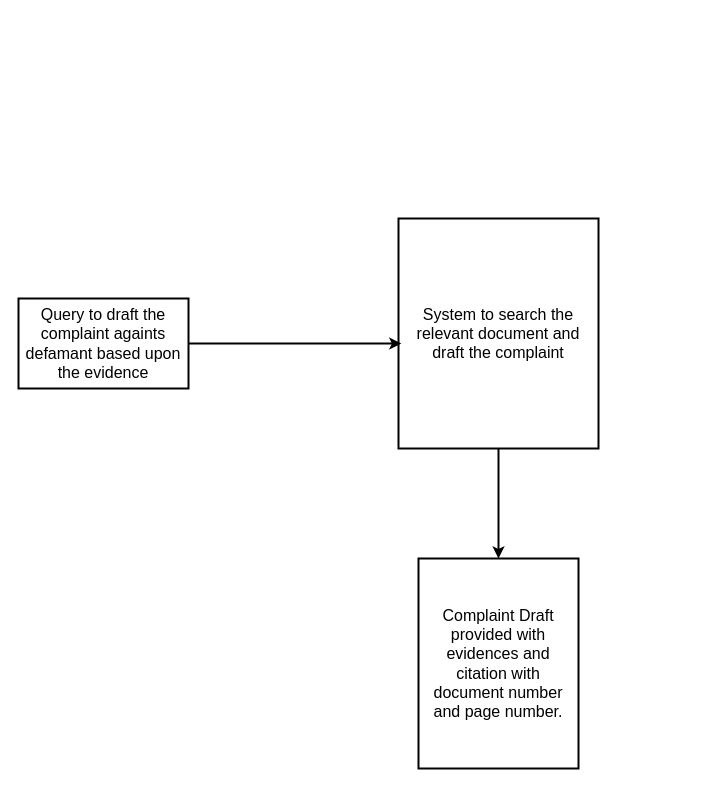
Above: FOIAger.drawio in mzndnes/resume (draw.io), before the change. Source tidied: cells renumbered, new cells numbered last; positions are measured from the earlier drawing's top-left corner, leaving out a move shared by most shapes. Both pictures are drawn from the tidied source at 100%, with x=0, y=0 at pixel (18, 218).
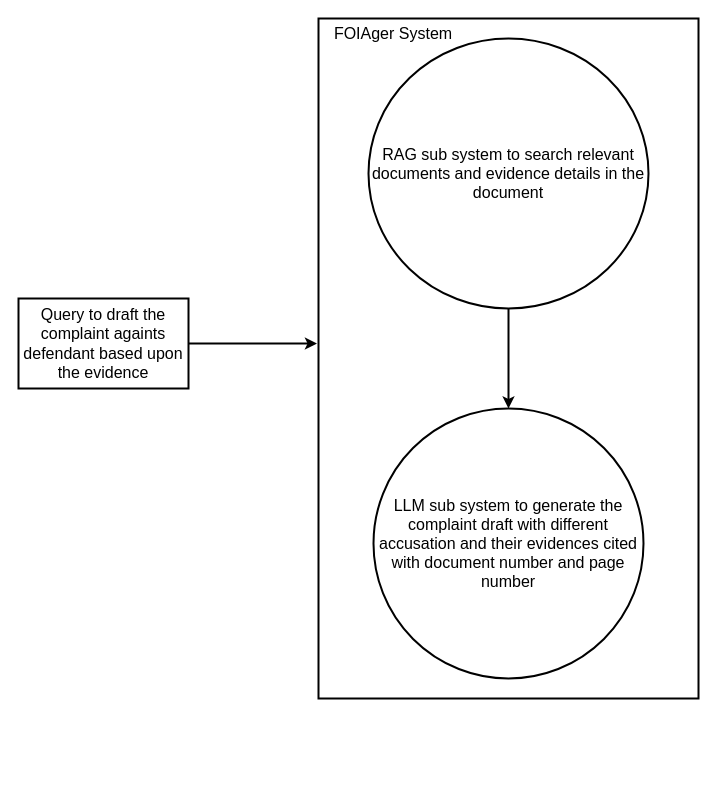
The same page after the edit.

Change to the diagram source:
```diff
@@
 <mxGraphModel>
   <root>
     <mxCell id="0" />
     <mxCell id="1" parent="0" />
-    <mxCell id="2" style="edgeStyle=orthogonalEdgeStyle;rounded=0;jettySize=auto;html=1;entryX=0.5;entryY=0;entryDx=0;entryDy=0;strokeWidth=2;" parent="1" edge="1" source="3" target="5">
-      <mxGeometry relative="1" as="geometry" />
-    </mxCell>
-    <mxCell id="3" value="System to search the relevant document and draft the complaint" style="rounded=0;whiteSpace=wrap;html=1;fontSize=16;strokeWidth=2;" parent="1" vertex="1">
-      <mxGeometry x="380" width="200" height="230" as="geometry" />
-    </mxCell>
+    <mxCell id="7" style="rounded=0;whiteSpace=wrap;html=1;strokeWidth=2;fillColor=none;" parent="1" vertex="1">
+      <mxGeometry x="300" y="-200" width="380" height="680" as="geometry" />
+    </mxCell>
-    <mxCell id="4" value="Query to draft the complaint againts defamant based upon the evidence" style="rounded=0;whiteSpace=wrap;html=1;fontSize=16;strokeWidth=2;" parent="1" vertex="1">
+    <mxCell id="4" value="Query to draft the complaint againts defendant based upon the evidence" style="rounded=0;whiteSpace=wrap;html=1;fontSize=16;strokeWidth=2;" parent="1" vertex="1">
       <mxGeometry y="80" width="170" height="90" as="geometry" />
     </mxCell>
-    <mxCell id="5" value="Complaint Draft provided with evidences and citation with document number and page number." style="rounded=0;whiteSpace=wrap;html=1;fontSize=16;strokeWidth=2;" parent="1" vertex="1">
-      <mxGeometry x="400" y="340" width="160" height="210" as="geometry" />
-    </mxCell>
-    <mxCell id="6" style="edgeStyle=orthogonalEdgeStyle;rounded=0;jettySize=auto;html=1;entryX=0.014;entryY=0.544;entryDx=0;entryDy=0;entryPerimeter=0;strokeWidth=2;" parent="1" edge="1" source="4" target="3">
-      <mxGeometry relative="1" as="geometry" />
-    </mxCell>
+    <mxCell id="8" value="RAG sub system to search relevant documents and evidence details in the document" style="ellipse;whiteSpace=wrap;html=1;strokeWidth=2;fontSize=16;" parent="1" vertex="1">
+      <mxGeometry x="350" y="-180" width="280" height="270" as="geometry" />
+    </mxCell>
+    <mxCell id="9" value="LLM sub system to generate the complaint draft with different accusation and their evidences cited with document number and page number" style="ellipse;whiteSpace=wrap;html=1;strokeWidth=2;fontSize=16;" parent="1" vertex="1">
+      <mxGeometry x="355" y="190" width="270" height="270" as="geometry" />
+    </mxCell>
+    <mxCell id="10" style="edgeStyle=orthogonalEdgeStyle;rounded=0;jettySize=auto;html=1;entryX=-0.004;entryY=0.478;entryDx=0;entryDy=0;entryPerimeter=0;strokeWidth=2;" parent="1" edge="1" source="4" target="7">
+      <mxGeometry relative="1" as="geometry" />
+    </mxCell>
+    <mxCell id="11" style="endArrow=classic;html=1;rounded=0;exitX=0.5;exitY=0.426;exitDx=0;exitDy=0;exitPerimeter=0;entryX=0.5;entryY=0;entryDx=0;entryDy=0;strokeWidth=2;" parent="1" edge="1" source="7" target="9">
+      <mxGeometry relative="1" as="geometry" />
+    </mxCell>
+    <mxCell id="12" value="FOIAger System" style="text;html=1;whiteSpace=wrap;strokeColor=none;fillColor=none;align=center;verticalAlign=middle;rounded=0;fontSize=16;" parent="1" vertex="1">
+      <mxGeometry x="295" y="-200" width="160" height="30" as="geometry" />
+    </mxCell>
   </root>
 </mxGraphModel>
```
